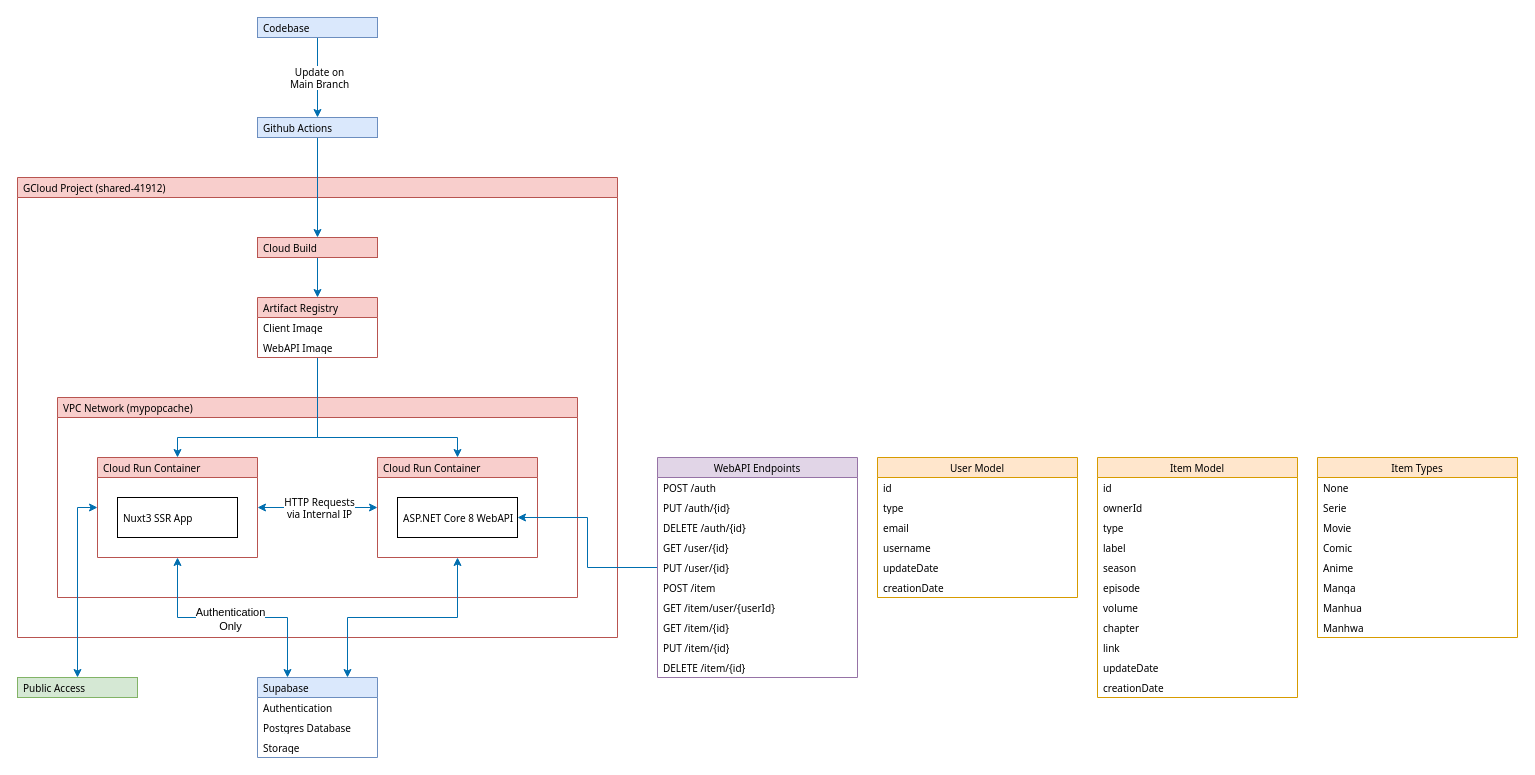
The draw.io diagram Infrastructure.drawio in hs-wolf/mypopcache, before the edit. Source tidied: cells renumbered, new cells numbered last; positions are measured from the earlier drawing's top-left corner, leaving out a move shared by most shapes. Both pictures are drawn from the tidied source at 100%, with x=0, y=0 at pixel (17, 17).
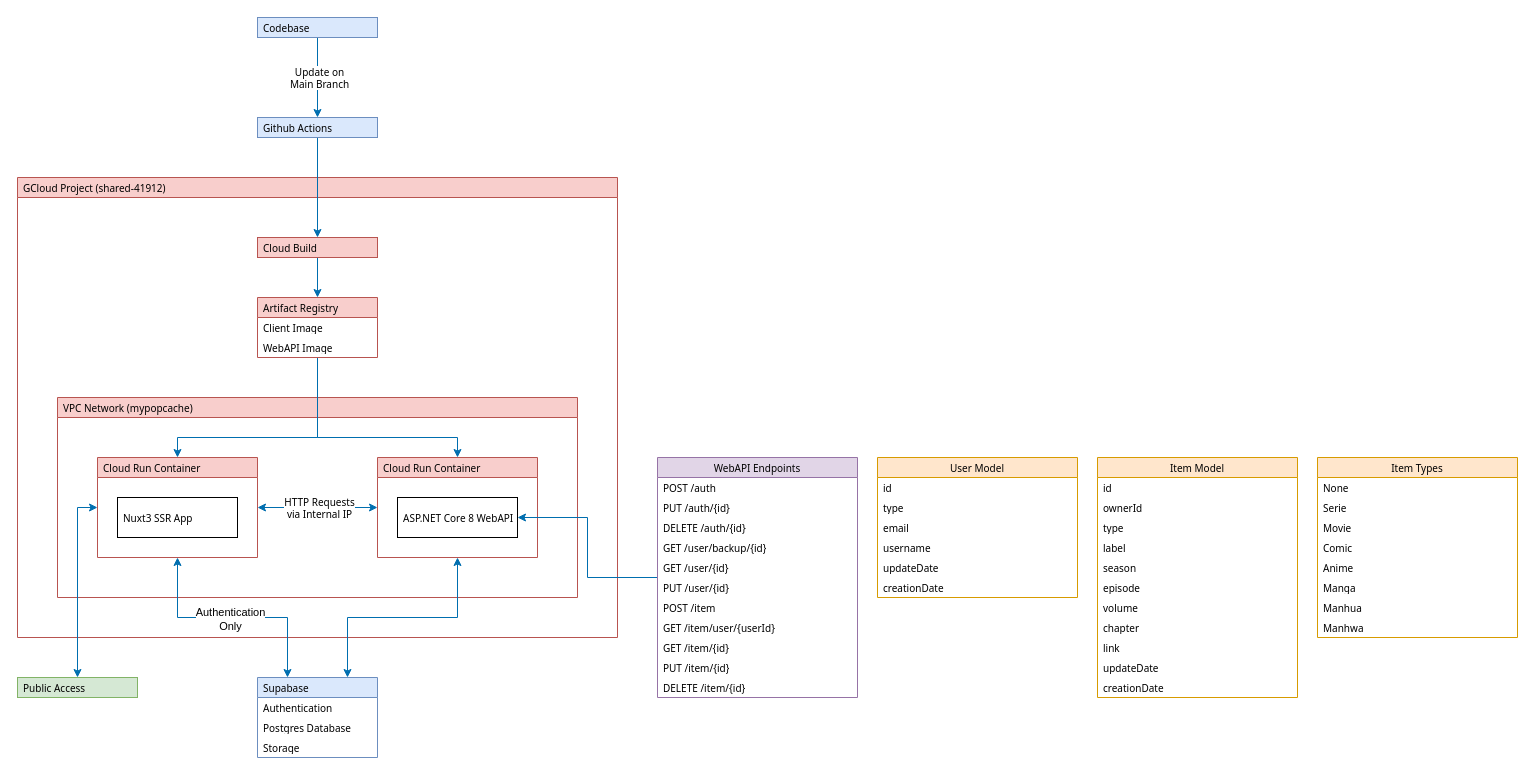
Above is the later version.

Diff of the diagram source:
```diff
@@
     <mxCell id="31" value="WebAPI Endpoints" style="swimlane;fontStyle=0;horizontal=1;startSize=20;whiteSpace=wrap;html=1;fillColor=#e1d5e7;strokeColor=#9673a6;fontFamily=Tahoma;fontSize=10;" parent="1" vertex="1">
-      <mxGeometry x="640" y="440" width="200" height="220" as="geometry" />
+      <mxGeometry x="640" y="440" width="200" height="240" as="geometry" />
     </mxCell>
@@
+    <mxCell id="70" value="GET /user/backup/{id}" style="text;strokeColor=none;fillColor=none;align=left;verticalAlign=middle;spacingLeft=4;spacingRight=4;overflow=hidden;whiteSpace=wrap;html=1;fontFamily=Tahoma;fontSize=10;" parent="31" vertex="1">
+      <mxGeometry y="80" width="200" height="20" as="geometry" />
+    </mxCell>
     <mxCell id="35" value="GET /user/{id}" style="text;strokeColor=none;fillColor=none;align=left;verticalAlign=middle;spacingLeft=4;spacingRight=4;overflow=hidden;whiteSpace=wrap;html=1;fontFamily=Tahoma;fontSize=10;" parent="31" vertex="1">
-      <mxGeometry y="80" width="200" height="20" as="geometry" />
+      <mxGeometry y="100" width="200" height="20" as="geometry" />
     </mxCell>
     <mxCell id="36" value="PUT /user/{id}" style="text;strokeColor=none;fillColor=none;align=left;verticalAlign=middle;spacingLeft=4;spacingRight=4;overflow=hidden;whiteSpace=wrap;html=1;fontFamily=Tahoma;fontSize=10;" parent="31" vertex="1">
-      <mxGeometry y="100" width="200" height="20" as="geometry" />
+      <mxGeometry y="120" width="200" height="20" as="geometry" />
     </mxCell>
     <mxCell id="37" value="POST /item" style="text;strokeColor=none;fillColor=none;align=left;verticalAlign=middle;spacingLeft=4;spacingRight=4;overflow=hidden;whiteSpace=wrap;html=1;fontFamily=Tahoma;fontSize=10;" parent="31" vertex="1">
-      <mxGeometry y="120" width="200" height="20" as="geometry" />
+      <mxGeometry y="140" width="200" height="20" as="geometry" />
     </mxCell>
     <mxCell id="38" value="GET /item/user/{userId}" style="text;strokeColor=none;fillColor=none;align=left;verticalAlign=middle;spacingLeft=4;spacingRight=4;overflow=hidden;whiteSpace=wrap;html=1;fontFamily=Tahoma;fontSize=10;" parent="31" vertex="1">
-      <mxGeometry y="140" width="200" height="20" as="geometry" />
+      <mxGeometry y="160" width="200" height="20" as="geometry" />
     </mxCell>
     <mxCell id="39" value="GET /item/{id}" style="text;strokeColor=none;fillColor=none;align=left;verticalAlign=middle;spacingLeft=4;spacingRight=4;overflow=hidden;whiteSpace=wrap;html=1;fontFamily=Tahoma;fontSize=10;" parent="31" vertex="1">
-      <mxGeometry y="160" width="200" height="20" as="geometry" />
+      <mxGeometry y="180" width="200" height="20" as="geometry" />
     </mxCell>
     <mxCell id="40" value="PUT /item/{id}" style="text;strokeColor=none;fillColor=none;align=left;verticalAlign=middle;spacingLeft=4;spacingRight=4;overflow=hidden;whiteSpace=wrap;html=1;fontFamily=Tahoma;fontSize=10;" parent="31" vertex="1">
-      <mxGeometry y="180" width="200" height="20" as="geometry" />
+      <mxGeometry y="200" width="200" height="20" as="geometry" />
     </mxCell>
     <mxCell id="41" value="DELETE /item/{id}" style="text;strokeColor=none;fillColor=none;align=left;verticalAlign=middle;spacingLeft=4;spacingRight=4;overflow=hidden;whiteSpace=wrap;html=1;fontFamily=Tahoma;fontSize=10;" parent="31" vertex="1">
-      <mxGeometry y="200" width="200" height="20" as="geometry" />
+      <mxGeometry y="220" width="200" height="20" as="geometry" />
     </mxCell>
```
